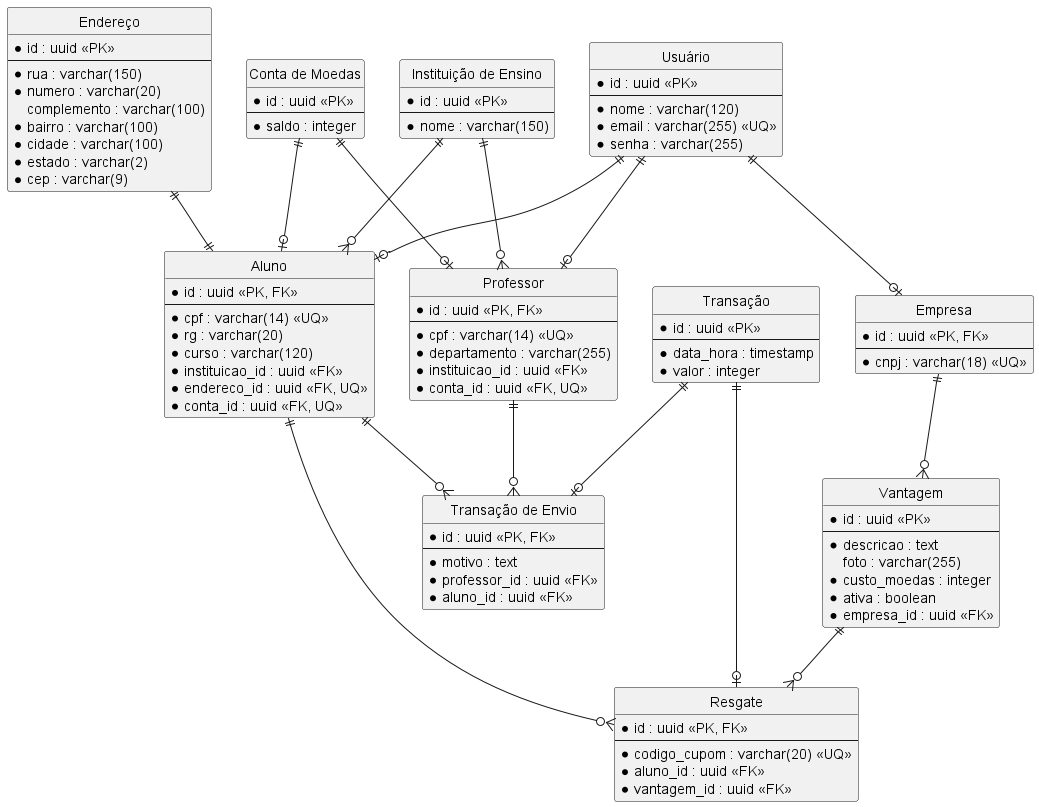
Above: docs/diagramas/der.png in brunokilo/lab03-projetoSoftware (PlantUML), before the change.
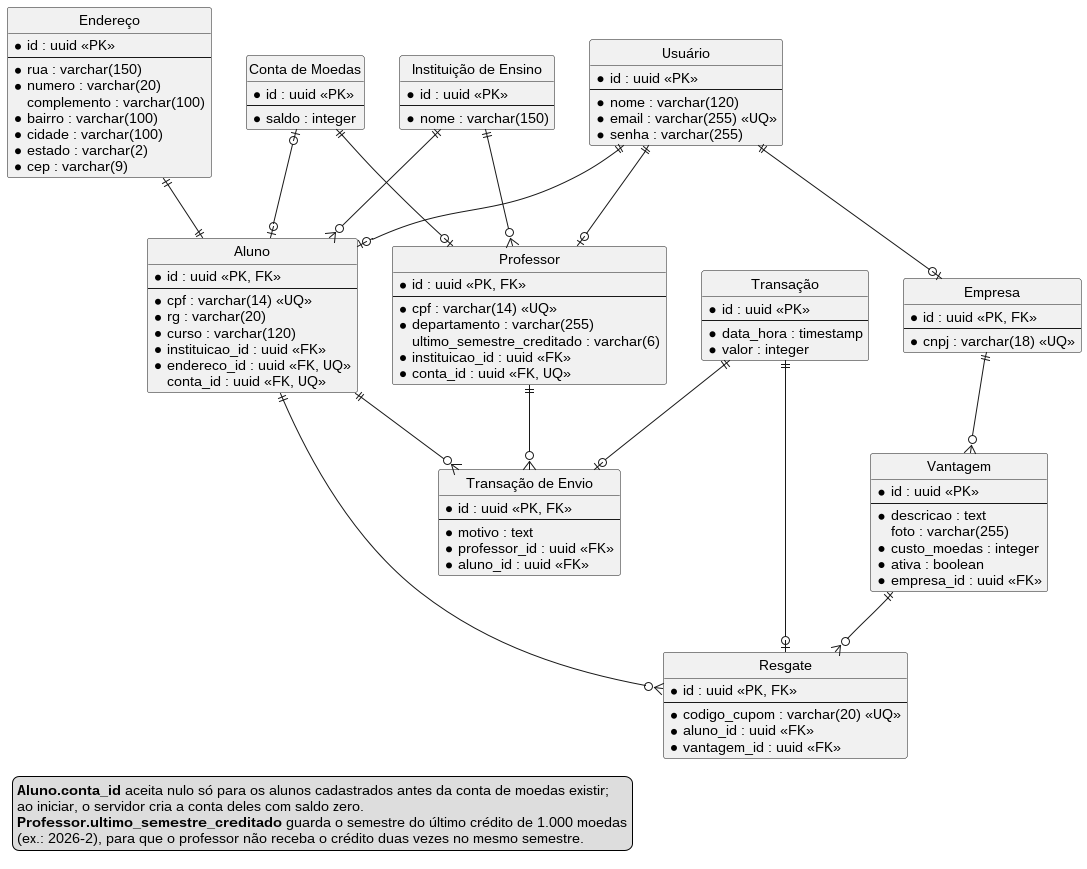
After the change.

Commit message:
docs: atualização do DER e do diagrama de classes com professor e conta de moedas

Change to the diagram source:
```diff
@@ -18,7 +18,7 @@
   * curso : varchar(120)
   * instituicao_id : uuid <<FK>>
   * endereco_id : uuid <<FK, UQ>>
-  * conta_id : uuid <<FK, UQ>>
+  conta_id : uuid <<FK, UQ>>
 }
 
 entity Professor {
@@ -26,6 +26,7 @@
   --
   * cpf : varchar(14) <<UQ>>
   * departamento : varchar(255)
+  ultimo_semestre_creditado : varchar(6)
   * instituicao_id : uuid <<FK>>
   * conta_id : uuid <<FK, UQ>>
 }
@@ -101,7 +102,7 @@
 InstituicaoEnsino ||--o{ Professor
 Endereco ||--|| Aluno
 
-ContaMoedas ||--o| Aluno
+ContaMoedas |o--o| Aluno
 ContaMoedas ||--o| Professor
 
 Transacao ||--o| TransacaoEnvio
@@ -114,4 +115,11 @@
 Vantagem ||--o{ Resgate
 
 Empresa ||--o{ Vantagem
+
+legend bottom left
+  **Aluno.conta_id** aceita nulo só para os alunos cadastrados antes da conta de moedas existir;
+  ao iniciar, o servidor cria a conta deles com saldo zero.
+  **Professor.ultimo_semestre_creditado** guarda o semestre do último crédito de 1.000 moedas
+  (ex.: 2026-2), para que o professor não receba o crédito duas vezes no mesmo semestre.
+endlegend
 @enduml
```
